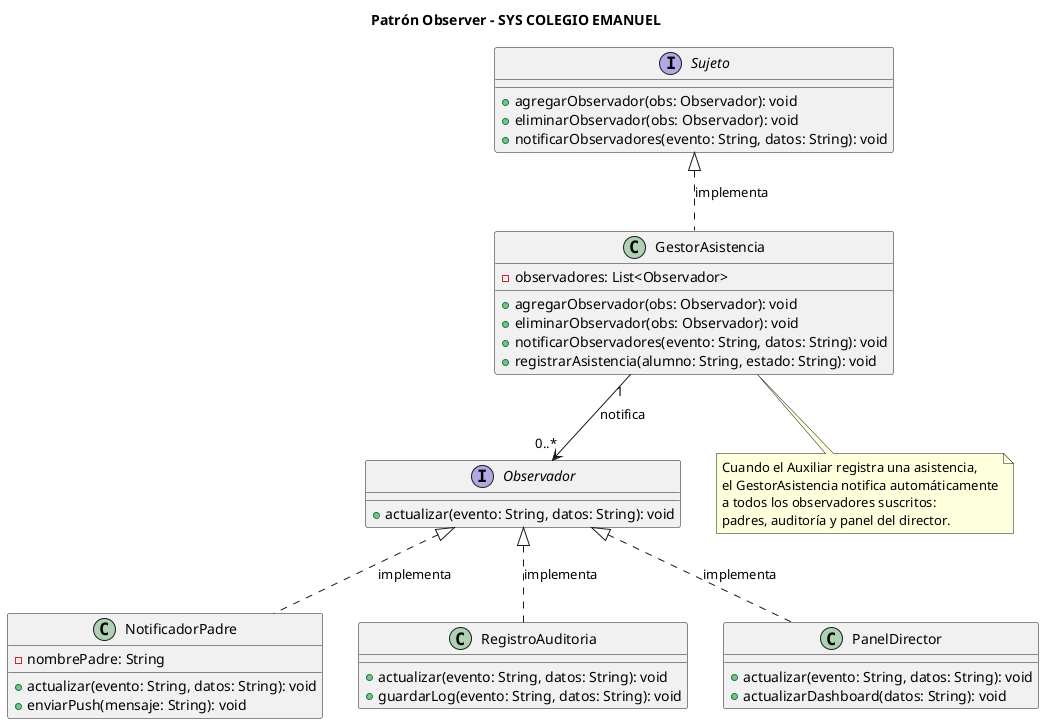
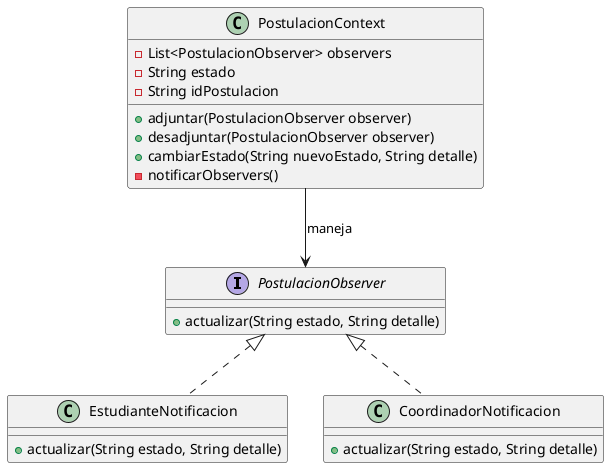
- @startuml
- title Patrón Observer - SYS COLEGIO EMANUEL
+ @startuml Patron_Observer_Postulacion

- interface Observador {
-     + actualizar(evento: String, datos: String): void
+ interface PostulacionObserver {
+     +actualizar(String estado, String detalle)
}

- interface Sujeto {
-     + agregarObservador(obs: Observador): void
-     + eliminarObservador(obs: Observador): void
-     + notificarObservadores(evento: String, datos: String): void
+ class EstudianteNotificacion {
+     +actualizar(String estado, String detalle)
}

- class GestorAsistencia {
-     - observadores: List<Observador>
-     + agregarObservador(obs: Observador): void
-     + eliminarObservador(obs: Observador): void
-     + notificarObservadores(evento: String, datos: String): void
-     + registrarAsistencia(alumno: String, estado: String): void
+ class CoordinadorNotificacion {
+     +actualizar(String estado, String detalle)
}

- class NotificadorPadre {
-     - nombrePadre: String
-     + actualizar(evento: String, datos: String): void
-     + enviarPush(mensaje: String): void
+ class PostulacionContext {
+     - List<PostulacionObserver> observers
+     - String estado
+     - String idPostulacion
+     + adjuntar(PostulacionObserver observer)
+     + desadjuntar(PostulacionObserver observer)
+     + cambiarEstado(String nuevoEstado, String detalle)
+     - notificarObservers()
}

- class RegistroAuditoria {
-     + actualizar(evento: String, datos: String): void
-     + guardarLog(evento: String, datos: String): void
- }
- 
- class PanelDirector {
-     + actualizar(evento: String, datos: String): void
-     + actualizarDashboard(datos: String): void
- }
- 
- Sujeto <|.. GestorAsistencia : implementa
- Observador <|.. NotificadorPadre : implementa
- Observador <|.. RegistroAuditoria : implementa
- Observador <|.. PanelDirector : implementa
- GestorAsistencia "1" --> "0..*" Observador : notifica
- 
- note bottom of GestorAsistencia
-   Cuando el Auxiliar registra una asistencia,
-   el GestorAsistencia notifica automáticamente
-   a todos los observadores suscritos:
-   padres, auditoría y panel del director.
- end note
+ PostulacionObserver <|.. EstudianteNotificacion
+ PostulacionObserver <|.. CoordinadorNotificacion
+ PostulacionContext --> PostulacionObserver : maneja

@enduml